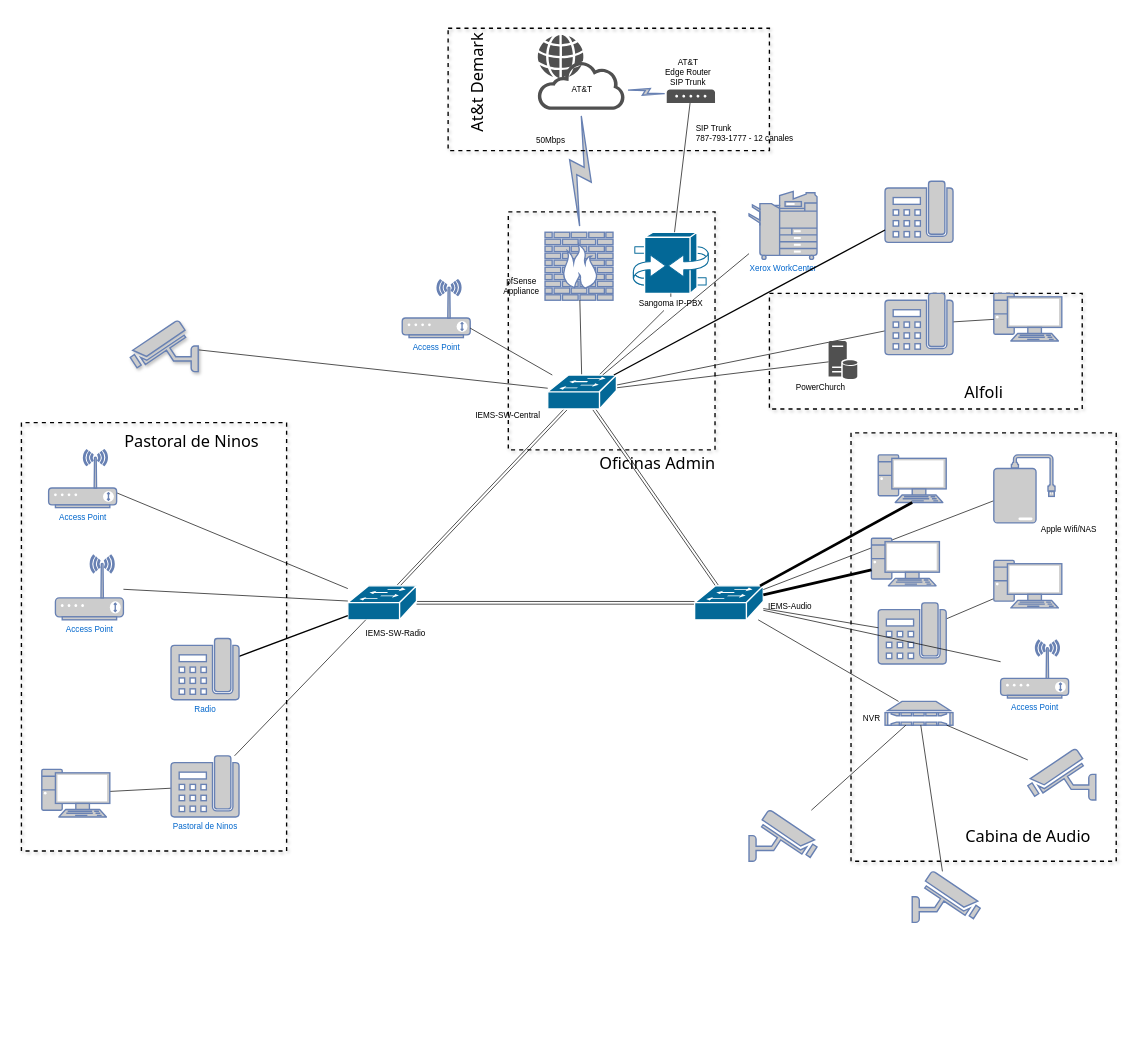
Before: IEMS-Network.drawio in jose-guisao/hello-world, a draw.io diagram. Source tidied: cells renumbered, new cells numbered last; positions are measured from the earlier drawing's top-left corner, leaving out a move shared by most shapes. Both pictures are drawn from the tidied source at 68%, with x=0, y=0 at pixel (21, 28).
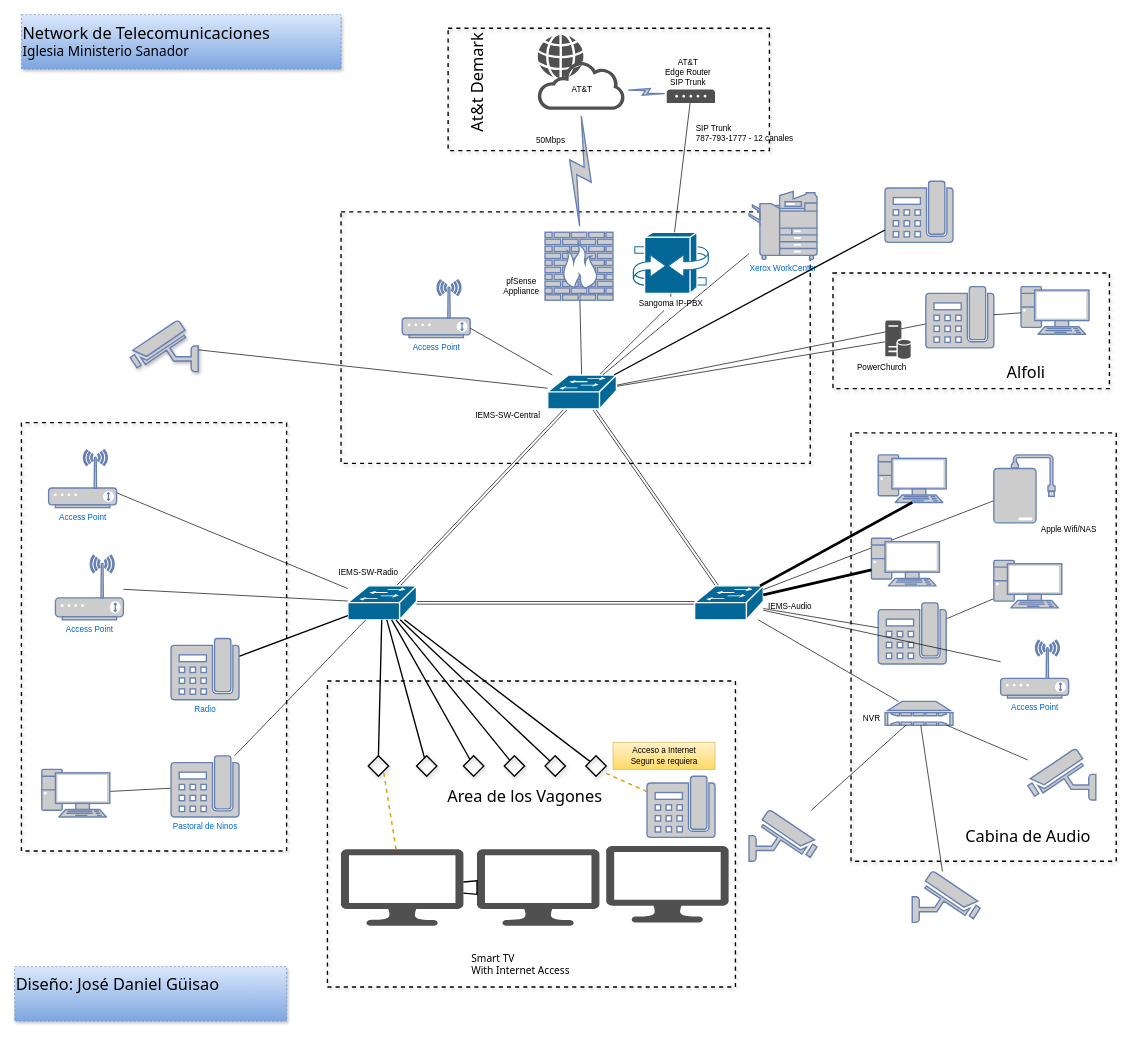
The same page after the edit.

The change refers to these unchanged cells:
```xml
<mxCell id="37" style="shape=mxgraph.cisco.switches.workgroup_switch;html=1;dashed=0;fillColor=#036897;strokeColor=#ffffff;strokeWidth=2;verticalLabelPosition=bottom;verticalAlign=top;align=center;outlineConnect=0;" parent="36" vertex="1">
  <mxGeometry x="105" width="101" height="50" as="geometry" />
</mxCell>
```

Diff of the diagram source:
```diff
@@
     <mxCell id="2" style="group;" parent="1" vertex="1">
-      <mxGeometry x="700" y="300" width="350" height="320" as="geometry" />
+      <mxGeometry x="700" y="300" width="460" height="340" as="geometry" />
     </mxCell>
@@
     <mxCell id="5" style="rounded=0;whiteSpace=wrap;html=1;shadow=1;dashed=1;strokeWidth=2;fillColor=none;fontSize=4;align=left;" parent="2" vertex="1">
-      <mxGeometry x="16" y="-30" width="304" height="350" as="geometry" />
+      <mxGeometry x="-230" y="-30" width="690" height="370" as="geometry" />
     </mxCell>
@@
     <mxCell id="25" style="group;" parent="1" vertex="1">
-      <mxGeometry x="1130" y="460" width="430" height="100" as="geometry" />
+      <mxGeometry x="1220" y="430" width="380" height="100" as="geometry" />
     </mxCell>
     <mxCell id="26" style="shadow=0;dashed=0;html=1;strokeColor=none;fillColor=#505050;labelPosition=center;verticalLabelPosition=bottom;verticalAlign=top;outlineConnect=0;align=center;shape=mxgraph.office.servers.database_server;" parent="25" vertex="1">
-      <mxGeometry x="57" width="43" height="56" as="geometry" />
+      <mxGeometry x="50.4" width="38" height="56" as="geometry" />
     </mxCell>
@@
     <mxCell id="28" style="rounded=0;whiteSpace=wrap;html=1;shadow=1;dashed=1;strokeWidth=2;fillColor=none;fontFamily=Tahoma;fontSize=24;align=left;" parent="25" vertex="1">
-      <mxGeometry x="-30" y="-70" width="460" height="170" as="geometry" />
+      <mxGeometry x="-26.5" y="-70" width="406.5" height="170" as="geometry" />
     </mxCell>
     <mxCell id="29" value="Alfoli" style="text;html=1;align=center;verticalAlign=middle;fillColor=none;strokeColor=none;rounded=0;shadow=1;dashed=1;fontSize=24;fontFamily=Tahoma;" parent="25" vertex="1">
-      <mxGeometry x="245" y="56" width="80" height="40" as="geometry" />
+      <mxGeometry x="216.5" y="56" width="80" height="40" as="geometry" />
     </mxCell>
+    <mxCell id="46" style="fontColor=#0066CC;verticalAlign=top;verticalLabelPosition=bottom;labelPosition=center;align=center;html=1;outlineConnect=0;fillColor=#CCCCCC;strokeColor=#6881B3;gradientColor=none;gradientDirection=north;strokeWidth=2;shape=mxgraph.networks.phone_2;" parent="25" vertex="1">
+      <mxGeometry x="110" y="-50" width="100" height="90" as="geometry" />
+    </mxCell>
+    <mxCell id="44" style="fontColor=#0066CC;verticalAlign=top;verticalLabelPosition=bottom;labelPosition=center;align=center;html=1;outlineConnect=0;fillColor=#CCCCCC;strokeColor=#6881B3;gradientColor=none;gradientDirection=north;strokeWidth=2;shape=mxgraph.networks.pc;" parent="25" vertex="1">
+      <mxGeometry x="250" y="-50" width="100" height="70" as="geometry" />
+    </mxCell>
+    <mxCell id="45" style="edgeStyle=none;jettySize=auto;html=1;endArrow=none;endFill=0;" parent="25" edge="1" source="46" target="44">
+      <mxGeometry relative="1" as="geometry" />
+    </mxCell>
@@
-    <mxCell id="44" style="fontColor=#0066CC;verticalAlign=top;verticalLabelPosition=bottom;labelPosition=center;align=center;html=1;outlineConnect=0;fillColor=#CCCCCC;strokeColor=#6881B3;gradientColor=none;gradientDirection=north;strokeWidth=2;shape=mxgraph.networks.pc;" parent="1" vertex="1">
-      <mxGeometry x="1430" y="390" width="100" height="70" as="geometry" />
-    </mxCell>
-    <mxCell id="45" style="edgeStyle=none;jettySize=auto;html=1;endArrow=none;endFill=0;" parent="1" edge="1" source="46" target="44">
-      <mxGeometry relative="1" as="geometry" />
-    </mxCell>
-    <mxCell id="46" style="fontColor=#0066CC;verticalAlign=top;verticalLabelPosition=bottom;labelPosition=center;align=center;html=1;outlineConnect=0;fillColor=#CCCCCC;strokeColor=#6881B3;gradientColor=none;gradientDirection=north;strokeWidth=2;shape=mxgraph.networks.phone_2;" parent="1" vertex="1">
-      <mxGeometry x="1270" y="390" width="100" height="90" as="geometry" />
-    </mxCell>
@@
     <mxCell id="72" value="IEMS-SW-Radio" style="text;html=1;align=center;verticalAlign=middle;fillColor=none;strokeColor=none;" parent="1" vertex="1">
-      <mxGeometry x="500" y="880" width="100" height="20" as="geometry" />
+      <mxGeometry x="460" y="790" width="100" height="20" as="geometry" />
     </mxCell>
@@
-    <mxCell id="91" value="Pastoral de Ninos" style="text;html=1;align=center;verticalAlign=middle;fillColor=none;strokeColor=none;rounded=0;shadow=1;dashed=1;fontSize=24;fontFamily=Tahoma;" parent="1" vertex="1">
-      <mxGeometry x="120" y="588" width="260" height="40" as="geometry" />
+    <mxCell id="91" value="Area de los Vagones" style="text;html=1;align=center;verticalAlign=middle;fillColor=none;strokeColor=none;rounded=0;shadow=1;dashed=1;fontSize=24;fontFamily=Tahoma;" parent="1" vertex="1">
+      <mxGeometry x="590" y="1110" width="300" height="40" as="geometry" />
     </mxCell>
-    <mxCell id="92" value="Oficinas Admin" style="text;html=1;align=center;verticalAlign=middle;fillColor=none;strokeColor=none;rounded=0;shadow=1;dashed=1;fontSize=24;fontFamily=Tahoma;" parent="1" vertex="1">
-      <mxGeometry x="820" y="620" width="230" height="40" as="geometry" />
+    <mxCell id="92" value="&lt;div&gt;Network de Telecomunicaciones&lt;br&gt;&lt;/div&gt;&lt;div style=&quot;font-size: 20px&quot;&gt;&lt;font style=&quot;font-size: 20px&quot;&gt; Iglesia Ministerio Sanador&lt;br style=&quot;font-size: 20px&quot;&gt;&lt;/font&gt;&lt;/div&gt;" style="text;html=1;align=left;verticalAlign=middle;fillColor=#dae8fc;strokeColor=#6c8ebf;rounded=0;shadow=1;dashed=1;fontSize=24;fontFamily=Tahoma;gradientColor=#7ea6e0;" parent="1" vertex="1">
+      <mxGeometry y="-20" width="470" height="80" as="geometry" />
     </mxCell>
@@
+    <mxCell id="94" value="&lt;div&gt;Diseño: José Daniel Güisao&lt;/div&gt;&lt;div&gt;&lt;br&gt;&lt;/div&gt;" style="text;html=1;align=left;verticalAlign=middle;fillColor=#dae8fc;strokeColor=#6c8ebf;rounded=0;shadow=1;dashed=1;fontSize=24;fontFamily=Tahoma;gradientColor=#7ea6e0;" parent="1" vertex="1">
+      <mxGeometry x="-10" y="1380" width="400" height="80" as="geometry" />
+    </mxCell>
+    <mxCell id="95" style="rounded=0;whiteSpace=wrap;html=1;shadow=1;dashed=1;strokeWidth=2;fillColor=none;fontSize=4;align=left;direction=south;" parent="1" vertex="1">
+      <mxGeometry x="450" y="960" width="600" height="450" as="geometry" />
+    </mxCell>
+    <mxCell id="96" style="edgeStyle=none;rounded=0;jettySize=auto;html=1;endArrow=none;endFill=0;strokeWidth=2;fontFamily=Tahoma;fontSize=24;entryX=0.5;entryY=0;entryDx=0;entryDy=0;" parent="1" edge="1" source="37" target="97">
+      <mxGeometry relative="1" as="geometry" />
+    </mxCell>
+    <mxCell id="97" style="rhombus;whiteSpace=wrap;html=1;shadow=1;strokeWidth=2;fillColor=none;fontFamily=Tahoma;fontSize=24;align=left;" parent="1" vertex="1">
+      <mxGeometry x="510" y="1070" width="30" height="30" as="geometry" />
+    </mxCell>
+    <mxCell id="98" style="edgeStyle=none;rounded=0;jettySize=auto;html=1;endArrow=none;endFill=0;strokeWidth=2;fontFamily=Tahoma;fontSize=24;" parent="1" edge="1" source="99" target="37">
+      <mxGeometry relative="1" as="geometry" />
+    </mxCell>
+    <mxCell id="99" style="rhombus;whiteSpace=wrap;html=1;shadow=1;strokeWidth=2;fillColor=none;fontFamily=Tahoma;fontSize=24;align=left;" parent="1" vertex="1">
+      <mxGeometry x="581" y="1070" width="30" height="30" as="geometry" />
+    </mxCell>
+    <mxCell id="100" style="edgeStyle=none;rounded=0;jettySize=auto;html=1;endArrow=none;endFill=0;strokeWidth=2;fontFamily=Tahoma;fontSize=24;" parent="1" edge="1" source="101" target="37">
+      <mxGeometry relative="1" as="geometry" />
+    </mxCell>
+    <mxCell id="101" style="rhombus;whiteSpace=wrap;html=1;shadow=1;strokeWidth=2;fillColor=none;fontFamily=Tahoma;fontSize=24;align=left;" parent="1" vertex="1">
+      <mxGeometry x="650" y="1070" width="30" height="30" as="geometry" />
+    </mxCell>
+    <mxCell id="102" style="edgeStyle=none;rounded=0;jettySize=auto;html=1;endArrow=none;endFill=0;strokeWidth=2;fontFamily=Tahoma;fontSize=24;" parent="1" edge="1" source="103" target="37">
+      <mxGeometry relative="1" as="geometry" />
+    </mxCell>
+    <mxCell id="103" style="rhombus;whiteSpace=wrap;html=1;shadow=1;strokeWidth=2;fillColor=none;fontFamily=Tahoma;fontSize=24;align=left;" parent="1" vertex="1">
+      <mxGeometry x="710" y="1070" width="30" height="30" as="geometry" />
+    </mxCell>
+    <mxCell id="104" style="edgeStyle=none;rounded=0;jettySize=auto;html=1;endArrow=none;endFill=0;strokeWidth=2;fontFamily=Tahoma;fontSize=24;" parent="1" edge="1" source="105" target="37">
+      <mxGeometry relative="1" as="geometry" />
+    </mxCell>
+    <mxCell id="105" style="rhombus;whiteSpace=wrap;html=1;shadow=1;strokeWidth=2;fillColor=none;fontFamily=Tahoma;fontSize=24;align=left;" parent="1" vertex="1">
+      <mxGeometry x="770" y="1070" width="30" height="30" as="geometry" />
+    </mxCell>
+    <mxCell id="106" style="edgeStyle=none;rounded=0;jettySize=auto;html=1;endArrow=none;endFill=0;strokeWidth=2;fontFamily=Tahoma;fontSize=24;" parent="1" edge="1" source="107" target="37">
+      <mxGeometry relative="1" as="geometry" />
+    </mxCell>
+    <mxCell id="107" style="rhombus;whiteSpace=wrap;html=1;shadow=1;strokeWidth=2;fillColor=none;fontFamily=Tahoma;fontSize=24;align=left;" parent="1" vertex="1">
+      <mxGeometry x="830" y="1070" width="30" height="30" as="geometry" />
+    </mxCell>
+    <mxCell id="108" value="&lt;div&gt;Acceso a Internet &lt;br&gt;&lt;/div&gt;&lt;div&gt;Segun se requiera&lt;br&gt;&lt;/div&gt;" style="text;html=1;align=center;verticalAlign=middle;strokeColor=#d6b656;gradientColor=#ffd966;fillColor=#fff2cc;" parent="1" vertex="1">
+      <mxGeometry x="870" y="1050" width="150" height="40" as="geometry" />
+    </mxCell>
+    <mxCell id="109" style="edgeStyle=none;rounded=0;jettySize=auto;html=1;entryX=1;entryY=1;entryDx=0;entryDy=0;endArrow=none;endFill=0;strokeWidth=2;fontFamily=Tahoma;fontSize=24;dashed=1;gradientColor=#ffa500;fillColor=#ffcd28;strokeColor=#d79b00;" parent="1" edge="1" source="110" target="97">
+      <mxGeometry relative="1" as="geometry" />
+    </mxCell>
+    <mxCell id="110" style="shadow=0;dashed=0;html=1;strokeColor=none;fillColor=#505050;labelPosition=center;verticalLabelPosition=bottom;verticalAlign=top;outlineConnect=0;align=center;shape=mxgraph.office.devices.lcd_monitor;fontFamily=Tahoma;fontSize=24;" parent="1" vertex="1">
+      <mxGeometry x="470" y="1207.5" width="180" height="112.5" as="geometry" />
+    </mxCell>
+    <mxCell id="111" style="shadow=0;dashed=0;html=1;strokeColor=none;fillColor=#505050;labelPosition=center;verticalLabelPosition=bottom;verticalAlign=top;align=center;shape=mxgraph.office.devices.lcd_monitor;fontFamily=Tahoma;fontSize=24;" parent="1" vertex="1">
+      <mxGeometry x="670" y="1207.5" width="180" height="112.5" as="geometry" />
+    </mxCell>
+    <mxCell id="112" style="shadow=0;dashed=0;html=1;strokeColor=none;fillColor=#505050;labelPosition=center;verticalLabelPosition=bottom;verticalAlign=top;align=center;shape=mxgraph.office.devices.lcd_monitor;fontFamily=Tahoma;fontSize=24;" parent="1" vertex="1">
+      <mxGeometry x="860" y="1202.5" width="180" height="112.5" as="geometry" />
+    </mxCell>
+    <mxCell id="113" style="edgeStyle=none;rounded=0;jettySize=auto;html=1;entryX=1;entryY=1;entryDx=0;entryDy=0;dashed=1;endArrow=none;endFill=0;strokeWidth=2;fontFamily=Tahoma;fontSize=24;gradientColor=#ffa500;fillColor=#ffcd28;strokeColor=#d79b00;" parent="1" edge="1" source="114" target="107">
+      <mxGeometry relative="1" as="geometry" />
+    </mxCell>
+    <mxCell id="114" style="fontColor=#0066CC;verticalAlign=top;verticalLabelPosition=bottom;labelPosition=center;align=center;html=1;outlineConnect=0;fillColor=#CCCCCC;strokeColor=#6881B3;gradientColor=none;gradientDirection=north;strokeWidth=2;shape=mxgraph.networks.phone_2;" parent="1" vertex="1">
+      <mxGeometry x="920" y="1100" width="100" height="90" as="geometry" />
+    </mxCell>
+    <mxCell id="115" style="edgeStyle=none;rounded=0;orthogonalLoop=1;jettySize=auto;html=1;endArrow=none;endFill=0;strokeWidth=2;fontFamily=Tahoma;fontSize=24;" parent="1" edge="1" source="110" target="110">
+      <mxGeometry relative="1" as="geometry" />
+    </mxCell>
+    <mxCell id="116" value="&lt;div style=&quot;font-size: 15px;&quot;&gt;Smart TV&lt;/div&gt;&lt;div style=&quot;font-size: 15px;&quot;&gt;With Internet Access&lt;br style=&quot;font-size: 15px;&quot;&gt;&lt;/div&gt;" style="text;html=1;align=left;verticalAlign=middle;fillColor=none;strokeColor=none;rounded=0;shadow=1;dashed=1;fontSize=15;fontFamily=Tahoma;" parent="1" vertex="1">
+      <mxGeometry x="660" y="1350" width="200" height="50" as="geometry" />
+    </mxCell>
```
